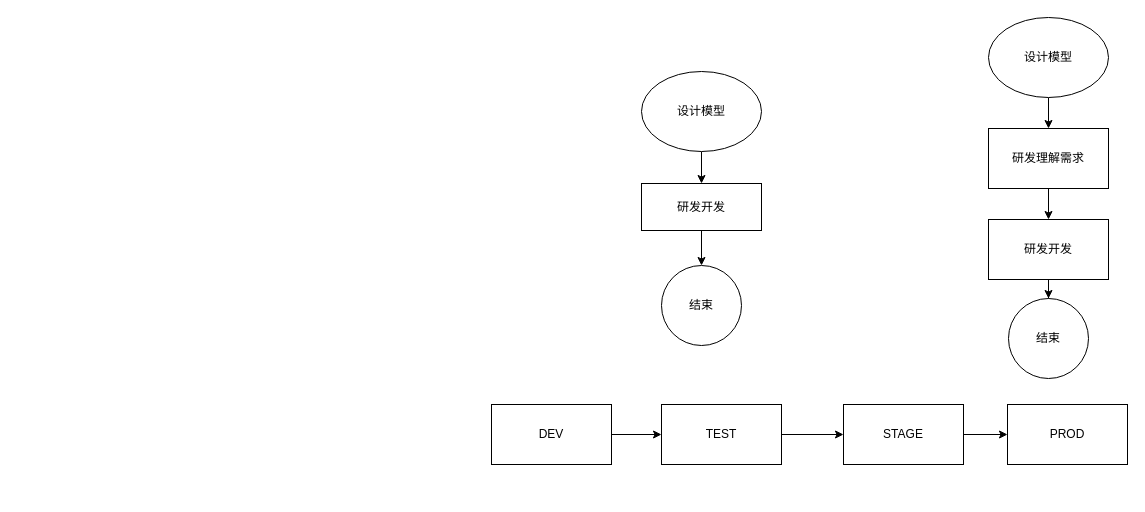
Earlier version of the draw.io diagram 流程图-mone.drawio (rockywade/draw). Source tidied: cells renumbered, new cells numbered last; positions are measured from the earlier drawing's top-left corner, leaving out a move shared by most shapes. Both pictures are drawn from the tidied source at 100%, with x=0, y=0 at pixel (491, 17).
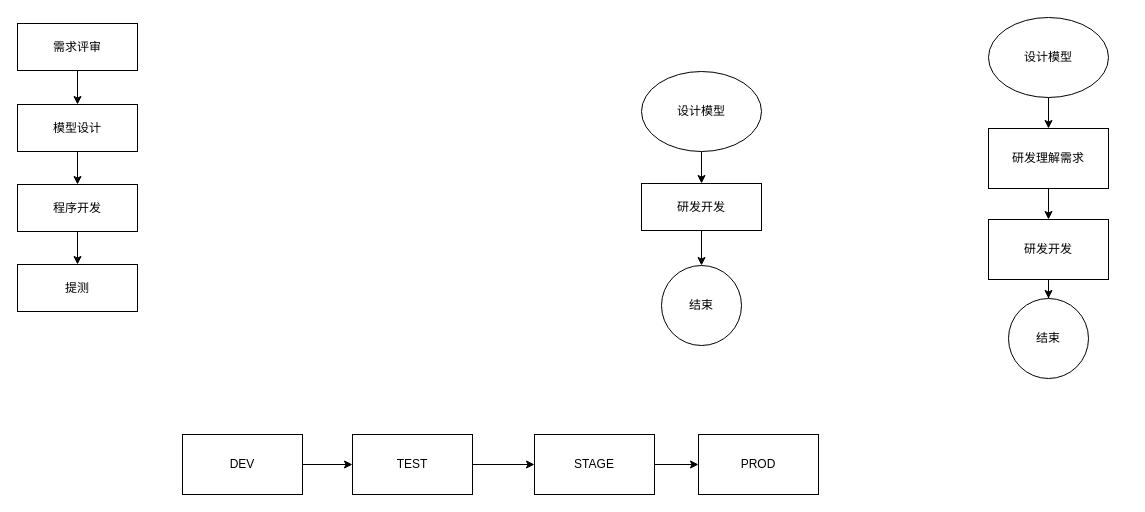
Above is the later version.

Commit message (it also covers changes not shown here):
更新流程图-mone.drawio

Change to the diagram source:
```diff
@@
     <mxCell id="15" value="DEV" style="whiteSpace=wrap;html=1;" parent="1" vertex="1">
-      <mxGeometry y="387" width="120" height="60" as="geometry" />
+      <mxGeometry x="-309" y="417" width="120" height="60" as="geometry" />
     </mxCell>
@@
     <mxCell id="17" value="TEST" style="whiteSpace=wrap;html=1;" parent="1" vertex="1">
-      <mxGeometry x="170" y="387" width="120" height="60" as="geometry" />
+      <mxGeometry x="-139" y="417" width="120" height="60" as="geometry" />
     </mxCell>
@@
     <mxCell id="19" value="STAGE" style="whiteSpace=wrap;html=1;" parent="1" vertex="1">
-      <mxGeometry x="352" y="387" width="120" height="60" as="geometry" />
+      <mxGeometry x="43" y="417" width="120" height="60" as="geometry" />
     </mxCell>
     <mxCell id="20" value="PROD" style="whiteSpace=wrap;html=1;" parent="1" vertex="1">
-      <mxGeometry x="516" y="387" width="120" height="60" as="geometry" />
+      <mxGeometry x="207" y="417" width="120" height="60" as="geometry" />
     </mxCell>
+    <mxCell id="21" style="edgeStyle=orthogonalEdgeStyle;rounded=0;jettySize=auto;html=1;" parent="1" edge="1" source="22" target="24">
+      <mxGeometry relative="1" as="geometry" />
+    </mxCell>
+    <mxCell id="22" value="需求评审" style="whiteSpace=wrap;html=1;" parent="1" vertex="1">
+      <mxGeometry x="-474" y="6" width="120" height="47" as="geometry" />
+    </mxCell>
+    <mxCell id="23" style="edgeStyle=orthogonalEdgeStyle;rounded=0;jettySize=auto;html=1;" parent="1" edge="1" source="24" target="26">
+      <mxGeometry relative="1" as="geometry" />
+    </mxCell>
+    <mxCell id="24" value="模型设计" style="whiteSpace=wrap;html=1;" parent="1" vertex="1">
+      <mxGeometry x="-474" y="87" width="120" height="47" as="geometry" />
+    </mxCell>
+    <mxCell id="25" style="edgeStyle=orthogonalEdgeStyle;rounded=0;jettySize=auto;html=1;" parent="1" edge="1" source="26" target="27">
+      <mxGeometry relative="1" as="geometry" />
+    </mxCell>
+    <mxCell id="26" value="程序开发" style="whiteSpace=wrap;html=1;" parent="1" vertex="1">
+      <mxGeometry x="-474" y="167" width="120" height="47" as="geometry" />
+    </mxCell>
+    <mxCell id="27" value="提测" style="whiteSpace=wrap;html=1;" parent="1" vertex="1">
+      <mxGeometry x="-474" y="247" width="120" height="47" as="geometry" />
+    </mxCell>
```
